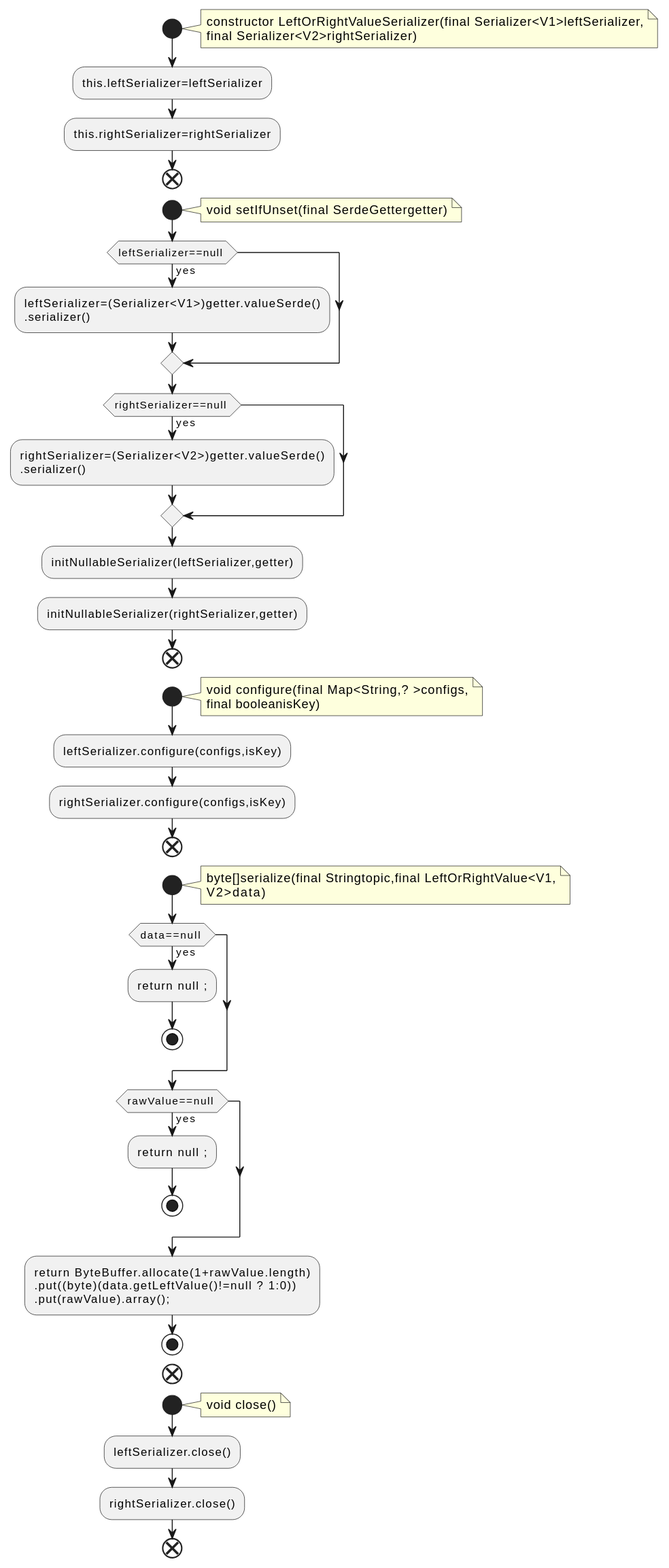
qualitesys/kafka keeps this PlantUML diagram as docs/qc/streams/src/main/java/org/apache/kafka/streams/state/internals/LeftOrRightValueSerializer.java.fct.svg. Above is the earlier version.
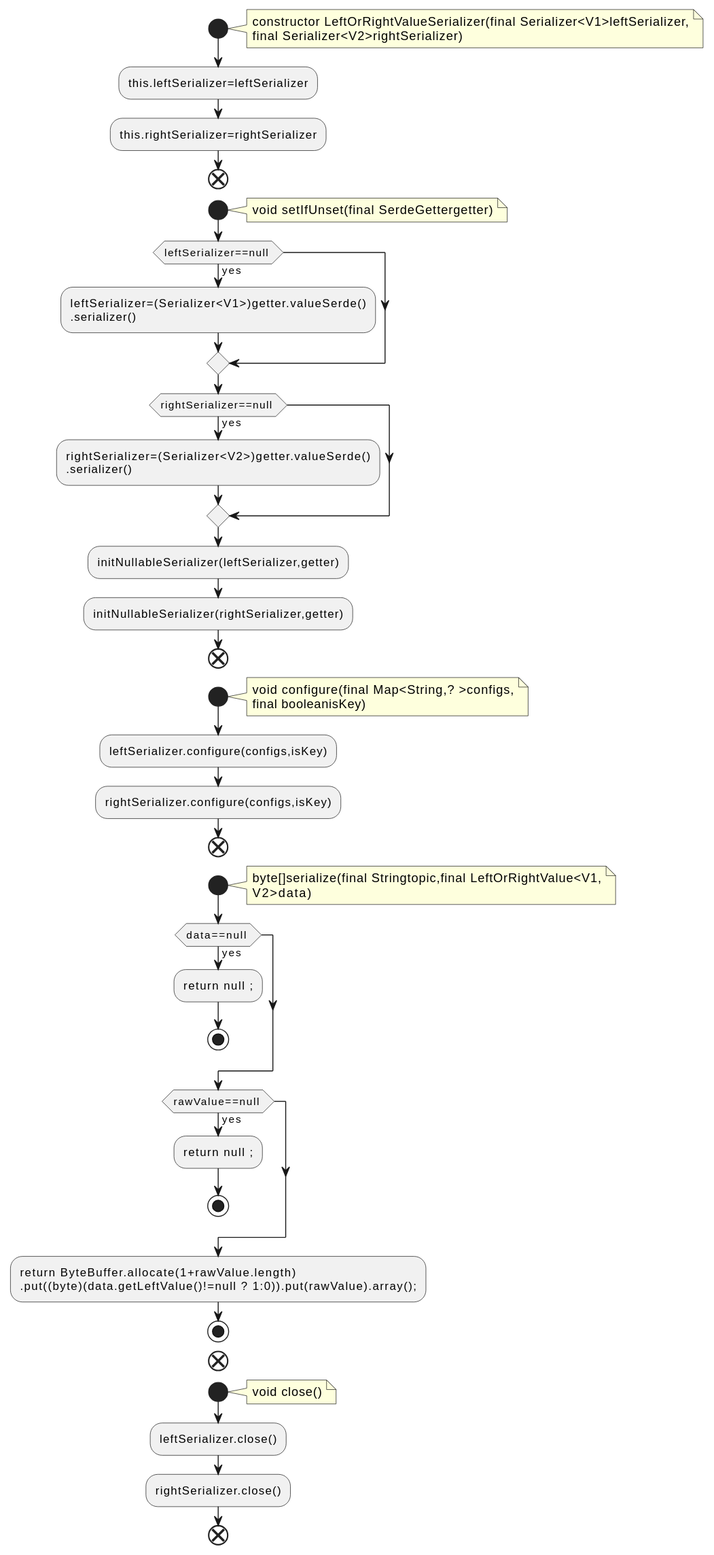
After the commit.

The edit, as a diff of the source:
```diff
@@ -45,8 +45,7 @@
 stop
 endif
 :return ByteBuffer.allocate(1+rawValue.length)
-.put((byte)(data.getLeftValue()!=null ? 1:0))
-.put(rawValue).array();;
+.put((byte)(data.getLeftValue()!=null ? 1:0)).put(rawValue).array();;
 stop
 end
 start
```
